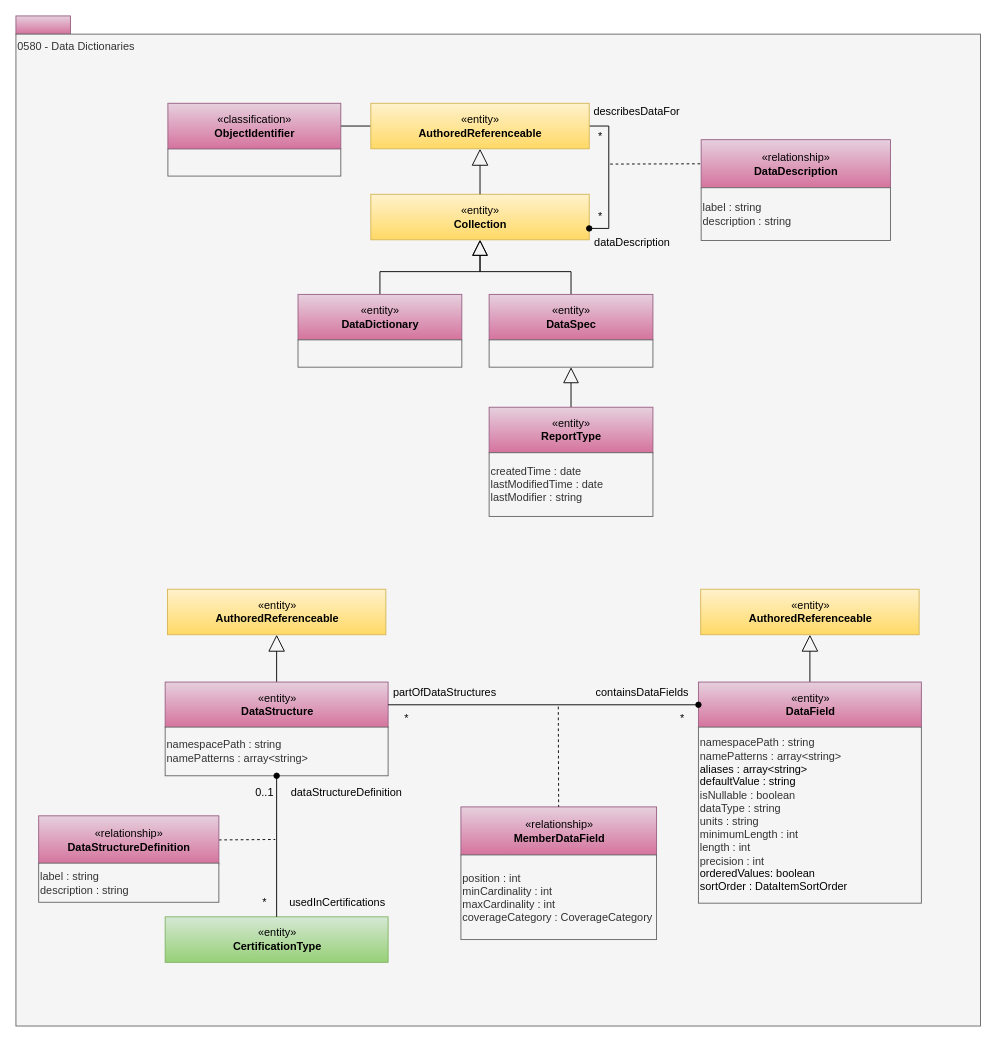
Earlier version of the draw.io diagram page "0580-Data-Dictionaries" (31 of 33) of site/docs/types/5/area-5-models-and-schema.drawio (odpi/egeria-docs). Source tidied: cells renumbered, new cells numbered last; positions are measured from the earlier drawing's top-left corner, leaving out a move shared by most shapes. Both pictures are drawn from the tidied source at 91%, with x=0, y=0 at pixel (15, 15).
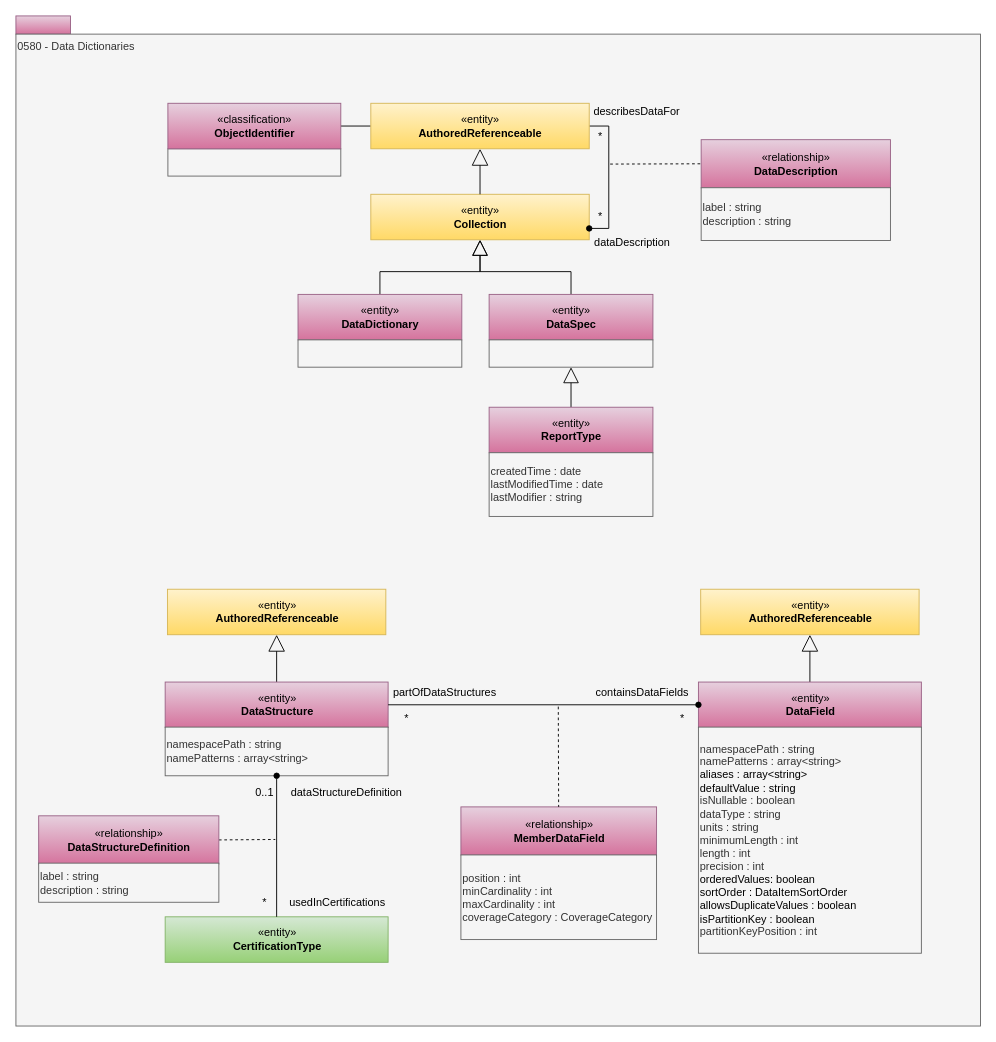
The same diagram, later.

What changed in the source:
```diff
@@
-    <mxCell id="14" value="&lt;div&gt;namespacePath : string&lt;div&gt;namePatterns : array&amp;lt;string&amp;gt;&lt;/div&gt;&lt;div&gt;&lt;span style=&quot;background-color: transparent; color: light-dark(rgb(0, 0, 0), rgb(255, 255, 255));&quot;&gt;aliases : array&amp;lt;string&amp;gt;&lt;/span&gt;&lt;/div&gt;&lt;div&gt;&lt;span style=&quot;background-color: transparent; color: light-dark(rgb(0, 0, 0), rgb(255, 255, 255));&quot;&gt;defaultValue : string&lt;/span&gt;&lt;/div&gt;&lt;div&gt;&lt;div&gt;isNullable : boolean&lt;br&gt;&lt;/div&gt;&lt;/div&gt;&lt;div&gt;dataType : string&lt;/div&gt;&lt;div&gt;units : string&lt;br&gt;minimumLength : int&lt;br&gt;length : int&lt;br&gt;precision : int&lt;/div&gt;&lt;div&gt;&lt;span style=&quot;background-color: transparent; color: light-dark(rgb(0, 0, 0), rgb(255, 255, 255));&quot;&gt;orderedValues: boolean&lt;/span&gt;&lt;br&gt;&lt;/div&gt;&lt;div&gt;&lt;span style=&quot;background-color: transparent; color: light-dark(rgb(0, 0, 0), rgb(255, 255, 255));&quot;&gt;sortOrder : DataItemSortOrder&lt;/span&gt;&lt;/div&gt;&lt;/div&gt;" style="rounded=0;whiteSpace=wrap;html=1;align=left;fillColor=#f5f5f5;fontColor=#333333;strokeColor=#666666;" parent="1" vertex="1">
-      <mxGeometry x="750" y="781.5" width="245" height="193.5" as="geometry" />
+    <mxCell id="14" value="&lt;div&gt;namespacePath : string&lt;div&gt;namePatterns : array&amp;lt;string&amp;gt;&lt;/div&gt;&lt;div&gt;&lt;span style=&quot;background-color: transparent; color: light-dark(rgb(0, 0, 0), rgb(255, 255, 255));&quot;&gt;aliases : array&amp;lt;string&amp;gt;&lt;/span&gt;&lt;/div&gt;&lt;div&gt;&lt;span style=&quot;background-color: transparent; color: light-dark(rgb(0, 0, 0), rgb(255, 255, 255));&quot;&gt;defaultValue : string&lt;/span&gt;&lt;/div&gt;&lt;div&gt;&lt;div&gt;isNullable : boolean&lt;br&gt;&lt;/div&gt;&lt;/div&gt;&lt;div&gt;dataType : string&lt;/div&gt;&lt;div&gt;units : string&lt;br&gt;minimumLength : int&lt;br&gt;length : int&lt;br&gt;precision : int&lt;/div&gt;&lt;div&gt;&lt;span style=&quot;background-color: transparent; color: light-dark(rgb(0, 0, 0), rgb(255, 255, 255));&quot;&gt;orderedValues: boolean&lt;/span&gt;&lt;/div&gt;&lt;div&gt;&lt;span style=&quot;background-color: transparent; color: light-dark(rgb(0, 0, 0), rgb(255, 255, 255));&quot;&gt;sortOrder : DataItemSortOrder&lt;/span&gt;&lt;/div&gt;&lt;/div&gt;&lt;div&gt;&lt;span style=&quot;background-color: transparent; color: light-dark(rgb(0, 0, 0), rgb(255, 255, 255));&quot;&gt;allowsDuplicateValues : boolean&lt;/span&gt;&lt;/div&gt;&lt;div&gt;&lt;span style=&quot;background-color: transparent; color: light-dark(rgb(0, 0, 0), rgb(255, 255, 255));&quot;&gt;isPartitionKey : boolean&lt;/span&gt;&lt;/div&gt;&lt;div&gt;partitionKeyPosition : int&lt;/div&gt;" style="rounded=0;whiteSpace=wrap;html=1;align=left;fillColor=#f5f5f5;fontColor=#333333;strokeColor=#666666;" parent="1" vertex="1">
+      <mxGeometry x="750" y="781.5" width="245" height="248.5" as="geometry" />
     </mxCell>
```
